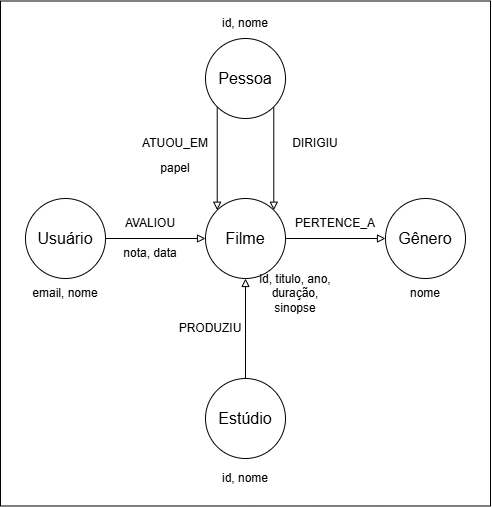
Earlier version of the draw.io export imagens/grafo_STREAMING.png (rockwitche/bd2_Neo4j). Source tidied: cells renumbered, new cells last; positions are measured from the earlier drawing's top-left corner, leaving out a move shared by most shapes. Its diagram source:
```xml
<mxGraphModel>
  <root>
    <mxCell id="0" />
    <mxCell id="1" parent="0" />
    <mxCell id="2" style="rounded=0;whiteSpace=wrap;html=1;" parent="1" vertex="1">
      <mxGeometry y="0.5" width="490" height="505" as="geometry" />
    </mxCell>
    <mxCell id="3" style="edgeStyle=orthogonalEdgeStyle;rounded=0;jettySize=auto;html=1;exitX=0;exitY=1;exitDx=0;exitDy=0;entryX=0;entryY=0;entryDx=0;entryDy=0;defaultLabelBackgroundColor=page;endArrow=block;endFill=0;" parent="1" edge="1" source="5" target="10">
      <mxGeometry relative="1" as="geometry" />
    </mxCell>
    <mxCell id="4" style="edgeStyle=orthogonalEdgeStyle;rounded=0;jettySize=auto;html=1;exitX=1;exitY=1;exitDx=0;exitDy=0;entryX=1;entryY=0;entryDx=0;entryDy=0;defaultLabelBackgroundColor=page;endArrow=block;endFill=0;" parent="1" edge="1" source="5" target="10">
      <mxGeometry relative="1" as="geometry" />
    </mxCell>
    <mxCell id="5" style="ellipse;whiteSpace=wrap;html=1;shapeInside=1;" parent="1" vertex="1">
      <mxGeometry x="205" y="38" width="80" height="80" as="geometry" />
    </mxCell>
    <mxCell id="6" value="&lt;font style=&quot;font-size: 16px;&quot;&gt;Pessoa&lt;/font&gt;" style="text;html=1;whiteSpace=wrap;strokeColor=none;fillColor=none;align=center;verticalAlign=middle;rounded=0;" parent="1" vertex="1">
      <mxGeometry x="215" y="63" width="60" height="30" as="geometry" />
    </mxCell>
    <mxCell id="7" style="ellipse;whiteSpace=wrap;html=1;shapeInside=1;" parent="1" vertex="1">
      <mxGeometry x="385" y="198" width="80" height="80" as="geometry" />
    </mxCell>
    <mxCell id="8" value="&lt;font style=&quot;font-size: 16px;&quot;&gt;Gênero&lt;/font&gt;" style="text;html=1;whiteSpace=wrap;strokeColor=none;fillColor=none;align=center;verticalAlign=middle;rounded=0;" parent="1" vertex="1">
      <mxGeometry x="395" y="223" width="60" height="30" as="geometry" />
    </mxCell>
    <mxCell id="9" style="edgeStyle=orthogonalEdgeStyle;rounded=0;jettySize=auto;html=1;exitX=1;exitY=0.5;exitDx=0;exitDy=0;entryX=0;entryY=0.5;entryDx=0;entryDy=0;defaultLabelBackgroundColor=page;endArrow=block;endFill=0;" parent="1" edge="1" source="10" target="7">
      <mxGeometry relative="1" as="geometry" />
    </mxCell>
    <mxCell id="10" style="ellipse;whiteSpace=wrap;html=1;shapeInside=1;" parent="1" vertex="1">
      <mxGeometry x="205" y="198" width="80" height="80" as="geometry" />
    </mxCell>
    <mxCell id="11" value="&lt;font style=&quot;font-size: 16px;&quot;&gt;Filme&lt;/font&gt;" style="text;html=1;whiteSpace=wrap;strokeColor=none;fillColor=none;align=center;verticalAlign=middle;rounded=0;" parent="1" vertex="1">
      <mxGeometry x="215" y="223" width="60" height="30" as="geometry" />
    </mxCell>
    <mxCell id="12" style="edgeStyle=orthogonalEdgeStyle;rounded=0;jettySize=auto;html=1;exitX=1;exitY=0.5;exitDx=0;exitDy=0;entryX=0;entryY=0.5;entryDx=0;entryDy=0;defaultLabelBackgroundColor=page;endArrow=block;endFill=0;" parent="1" edge="1" source="13" target="10">
      <mxGeometry relative="1" as="geometry" />
    </mxCell>
    <mxCell id="13" style="ellipse;whiteSpace=wrap;html=1;shapeInside=1;" parent="1" vertex="1">
      <mxGeometry x="25" y="198" width="80" height="80" as="geometry" />
    </mxCell>
    <mxCell id="14" value="&lt;font style=&quot;font-size: 16px;&quot;&gt;Usuário&lt;/font&gt;" style="text;html=1;whiteSpace=wrap;strokeColor=none;fillColor=none;align=center;verticalAlign=middle;rounded=0;" parent="1" vertex="1">
      <mxGeometry x="35" y="223" width="60" height="30" as="geometry" />
    </mxCell>
    <mxCell id="15" value="AVALIOU" style="text;html=1;whiteSpace=wrap;strokeColor=none;fillColor=none;align=center;verticalAlign=middle;rounded=0;" parent="1" vertex="1">
      <mxGeometry x="120" y="208" width="60" height="30" as="geometry" />
    </mxCell>
    <mxCell id="16" value="PERTENCE_A" style="text;html=1;whiteSpace=wrap;strokeColor=none;fillColor=none;align=center;verticalAlign=middle;rounded=0;" parent="1" vertex="1">
      <mxGeometry x="305" y="208" width="60" height="30" as="geometry" />
    </mxCell>
    <mxCell id="17" value="ATUOU_EM" style="text;html=1;whiteSpace=wrap;strokeColor=none;fillColor=none;align=center;verticalAlign=middle;rounded=0;" parent="1" vertex="1">
      <mxGeometry x="145" y="128" width="60" height="30" as="geometry" />
    </mxCell>
    <mxCell id="18" value="DIRIGIU" style="text;html=1;whiteSpace=wrap;strokeColor=none;fillColor=none;align=center;verticalAlign=middle;rounded=0;" parent="1" vertex="1">
      <mxGeometry x="285" y="133" width="60" height="20" as="geometry" />
    </mxCell>
    <mxCell id="19" value="nota, data" style="text;html=1;whiteSpace=wrap;strokeColor=none;fillColor=none;align=center;verticalAlign=middle;rounded=0;" parent="1" vertex="1">
      <mxGeometry x="120" y="238" width="60" height="30" as="geometry" />
    </mxCell>
    <mxCell id="20" value="email, nome" style="text;html=1;whiteSpace=wrap;strokeColor=none;fillColor=none;align=center;verticalAlign=middle;rounded=0;" parent="1" vertex="1">
      <mxGeometry x="30" y="278" width="70" height="30" as="geometry" />
    </mxCell>
    <mxCell id="21" value="id, titulo, ano, duração, sinopse" style="text;html=1;whiteSpace=wrap;strokeColor=none;fillColor=none;align=center;verticalAlign=middle;rounded=0;" parent="1" vertex="1">
      <mxGeometry x="255" y="278" width="80" height="30" as="geometry" />
    </mxCell>
    <mxCell id="22" value="nome" style="text;html=1;whiteSpace=wrap;strokeColor=none;fillColor=none;align=center;verticalAlign=middle;rounded=0;" parent="1" vertex="1">
      <mxGeometry x="385" y="278" width="80" height="30" as="geometry" />
    </mxCell>
    <mxCell id="23" value="id, nome" style="text;html=1;whiteSpace=wrap;strokeColor=none;fillColor=none;align=center;verticalAlign=middle;rounded=0;" parent="1" vertex="1">
      <mxGeometry x="205" y="8" width="80" height="30" as="geometry" />
    </mxCell>
    <mxCell id="24" value="papel" style="text;html=1;whiteSpace=wrap;strokeColor=none;fillColor=none;align=center;verticalAlign=middle;rounded=0;" parent="1" vertex="1">
      <mxGeometry x="145" y="153" width="60" height="30" as="geometry" />
    </mxCell>
    <mxCell id="25" style="edgeStyle=orthogonalEdgeStyle;rounded=0;jettySize=auto;html=1;exitX=0.5;exitY=0;exitDx=0;exitDy=0;entryX=0.5;entryY=1;entryDx=0;entryDy=0;defaultLabelBackgroundColor=page;endArrow=block;endFill=0;" parent="1" edge="1" source="26" target="10">
      <mxGeometry relative="1" as="geometry" />
    </mxCell>
    <mxCell id="26" style="ellipse;whiteSpace=wrap;html=1;shapeInside=1;" parent="1" vertex="1">
      <mxGeometry x="205" y="378" width="80" height="80" as="geometry" />
    </mxCell>
    <mxCell id="27" value="&lt;font style=&quot;font-size: 16px;&quot;&gt;Estúdio&lt;/font&gt;" style="text;html=1;whiteSpace=wrap;strokeColor=none;fillColor=none;align=center;verticalAlign=middle;rounded=0;" parent="1" vertex="1">
      <mxGeometry x="215" y="403" width="60" height="30" as="geometry" />
    </mxCell>
    <mxCell id="28" value="PRODUZIU" style="text;html=1;whiteSpace=wrap;strokeColor=none;fillColor=none;align=center;verticalAlign=middle;rounded=0;" parent="1" vertex="1">
      <mxGeometry x="180" y="318" width="60" height="20" as="geometry" />
    </mxCell>
    <mxCell id="29" value="id, nome" style="text;html=1;whiteSpace=wrap;strokeColor=none;fillColor=none;align=center;verticalAlign=middle;rounded=0;" parent="1" vertex="1">
      <mxGeometry x="215" y="468" width="60" height="20" as="geometry" />
    </mxCell>
  </root>
</mxGraphModel>
```
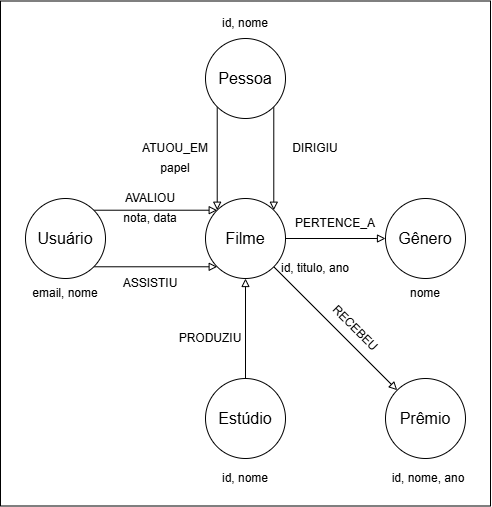
The same file after the commit.

Commit message:
grafo atualizado

Change to the diagram source:
```diff
@@ -26,15 +26,21 @@
     <mxCell id="9" style="edgeStyle=orthogonalEdgeStyle;rounded=0;jettySize=auto;html=1;exitX=1;exitY=0.5;exitDx=0;exitDy=0;entryX=0;entryY=0.5;entryDx=0;entryDy=0;defaultLabelBackgroundColor=page;endArrow=block;endFill=0;" parent="1" edge="1" source="10" target="7">
       <mxGeometry relative="1" as="geometry" />
     </mxCell>
+    <mxCell id="30" style="rounded=0;jettySize=auto;html=1;exitX=1;exitY=1;exitDx=0;exitDy=0;entryX=0;entryY=0;entryDx=0;entryDy=0;defaultLabelBackgroundColor=page;endArrow=block;endFill=0;" parent="1" edge="1" source="10" target="33">
+      <mxGeometry relative="1" as="geometry" />
+    </mxCell>
     <mxCell id="10" style="ellipse;whiteSpace=wrap;html=1;shapeInside=1;" parent="1" vertex="1">
       <mxGeometry x="205" y="198" width="80" height="80" as="geometry" />
     </mxCell>
     <mxCell id="11" value="&lt;font style=&quot;font-size: 16px;&quot;&gt;Filme&lt;/font&gt;" style="text;html=1;whiteSpace=wrap;strokeColor=none;fillColor=none;align=center;verticalAlign=middle;rounded=0;" parent="1" vertex="1">
       <mxGeometry x="215" y="223" width="60" height="30" as="geometry" />
     </mxCell>
-    <mxCell id="12" style="edgeStyle=orthogonalEdgeStyle;rounded=0;jettySize=auto;html=1;exitX=1;exitY=0.5;exitDx=0;exitDy=0;entryX=0;entryY=0.5;entryDx=0;entryDy=0;defaultLabelBackgroundColor=page;endArrow=block;endFill=0;" parent="1" edge="1" source="13" target="10">
-      <mxGeometry relative="1" as="geometry" />
+    <mxCell id="12" style="edgeStyle=orthogonalEdgeStyle;rounded=0;jettySize=auto;html=1;exitX=1;exitY=0;exitDx=0;exitDy=0;entryX=0;entryY=0;entryDx=0;entryDy=0;defaultLabelBackgroundColor=page;endArrow=block;endFill=0;" parent="1" edge="1" source="13" target="10">
+      <mxGeometry x="0.29" relative="1" as="geometry" />
     </mxCell>
+    <mxCell id="31" style="edgeStyle=orthogonalEdgeStyle;rounded=0;jettySize=auto;html=1;exitX=1;exitY=1;exitDx=0;exitDy=0;entryX=0;entryY=1;entryDx=0;entryDy=0;defaultLabelBackgroundColor=page;endArrow=block;endFill=0;" parent="1" edge="1" source="13" target="10">
+      <mxGeometry relative="1" as="geometry" />
+    </mxCell>
     <mxCell id="13" style="ellipse;whiteSpace=wrap;html=1;shapeInside=1;" parent="1" vertex="1">
       <mxGeometry x="25" y="198" width="80" height="80" as="geometry" />
     </mxCell>
@@ -42,25 +48,25 @@
       <mxGeometry x="35" y="223" width="60" height="30" as="geometry" />
     </mxCell>
     <mxCell id="15" value="AVALIOU" style="text;html=1;whiteSpace=wrap;strokeColor=none;fillColor=none;align=center;verticalAlign=middle;rounded=0;" parent="1" vertex="1">
-      <mxGeometry x="120" y="208" width="60" height="30" as="geometry" />
+      <mxGeometry x="120" y="183" width="60" height="30" as="geometry" />
     </mxCell>
     <mxCell id="16" value="PERTENCE_A" style="text;html=1;whiteSpace=wrap;strokeColor=none;fillColor=none;align=center;verticalAlign=middle;rounded=0;" parent="1" vertex="1">
       <mxGeometry x="305" y="208" width="60" height="30" as="geometry" />
     </mxCell>
     <mxCell id="17" value="ATUOU_EM" style="text;html=1;whiteSpace=wrap;strokeColor=none;fillColor=none;align=center;verticalAlign=middle;rounded=0;" parent="1" vertex="1">
-      <mxGeometry x="145" y="128" width="60" height="30" as="geometry" />
+      <mxGeometry x="145" y="133" width="60" height="30" as="geometry" />
     </mxCell>
     <mxCell id="18" value="DIRIGIU" style="text;html=1;whiteSpace=wrap;strokeColor=none;fillColor=none;align=center;verticalAlign=middle;rounded=0;" parent="1" vertex="1">
-      <mxGeometry x="285" y="133" width="60" height="20" as="geometry" />
+      <mxGeometry x="285" y="138" width="60" height="20" as="geometry" />
     </mxCell>
     <mxCell id="19" value="nota, data" style="text;html=1;whiteSpace=wrap;strokeColor=none;fillColor=none;align=center;verticalAlign=middle;rounded=0;" parent="1" vertex="1">
-      <mxGeometry x="120" y="238" width="60" height="30" as="geometry" />
+      <mxGeometry x="120" y="208" width="60" height="20" as="geometry" />
     </mxCell>
     <mxCell id="20" value="email, nome" style="text;html=1;whiteSpace=wrap;strokeColor=none;fillColor=none;align=center;verticalAlign=middle;rounded=0;" parent="1" vertex="1">
       <mxGeometry x="30" y="278" width="70" height="30" as="geometry" />
     </mxCell>
-    <mxCell id="21" value="id, titulo, ano, duração, sinopse" style="text;html=1;whiteSpace=wrap;strokeColor=none;fillColor=none;align=center;verticalAlign=middle;rounded=0;" parent="1" vertex="1">
-      <mxGeometry x="255" y="278" width="80" height="30" as="geometry" />
+    <mxCell id="21" value="id, titulo, ano" style="text;html=1;whiteSpace=wrap;strokeColor=none;fillColor=none;align=center;verticalAlign=middle;rounded=0;" parent="1" vertex="1">
+      <mxGeometry x="275" y="253" width="80" height="30" as="geometry" />
     </mxCell>
     <mxCell id="22" value="nome" style="text;html=1;whiteSpace=wrap;strokeColor=none;fillColor=none;align=center;verticalAlign=middle;rounded=0;" parent="1" vertex="1">
       <mxGeometry x="385" y="278" width="80" height="30" as="geometry" />
@@ -81,10 +87,25 @@
       <mxGeometry x="215" y="403" width="60" height="30" as="geometry" />
     </mxCell>
     <mxCell id="28" value="PRODUZIU" style="text;html=1;whiteSpace=wrap;strokeColor=none;fillColor=none;align=center;verticalAlign=middle;rounded=0;" parent="1" vertex="1">
-      <mxGeometry x="180" y="318" width="60" height="20" as="geometry" />
+      <mxGeometry x="180" y="328" width="60" height="20" as="geometry" />
     </mxCell>
     <mxCell id="29" value="id, nome" style="text;html=1;whiteSpace=wrap;strokeColor=none;fillColor=none;align=center;verticalAlign=middle;rounded=0;" parent="1" vertex="1">
       <mxGeometry x="215" y="468" width="60" height="20" as="geometry" />
     </mxCell>
+    <mxCell id="32" value="ASSISTIU" style="text;html=1;whiteSpace=wrap;strokeColor=none;fillColor=none;align=center;verticalAlign=middle;rounded=0;" parent="1" vertex="1">
+      <mxGeometry x="120" y="268" width="60" height="30" as="geometry" />
+    </mxCell>
+    <mxCell id="33" style="ellipse;whiteSpace=wrap;html=1;shapeInside=1;" parent="1" vertex="1">
+      <mxGeometry x="385" y="378" width="80" height="80" as="geometry" />
+    </mxCell>
+    <mxCell id="34" value="&lt;font style=&quot;font-size: 16px;&quot;&gt;Prêmio&lt;/font&gt;" style="text;html=1;whiteSpace=wrap;strokeColor=none;fillColor=none;align=center;verticalAlign=middle;rounded=0;" parent="1" vertex="1">
+      <mxGeometry x="395" y="403" width="60" height="30" as="geometry" />
+    </mxCell>
+    <mxCell id="35" value="id, nome, ano" style="text;html=1;whiteSpace=wrap;strokeColor=none;fillColor=none;align=center;verticalAlign=middle;rounded=0;" parent="1" vertex="1">
+      <mxGeometry x="388" y="463" width="80" height="30" as="geometry" />
+    </mxCell>
+    <mxCell id="36" value="RECEBEU" style="text;html=1;whiteSpace=wrap;strokeColor=none;fillColor=none;align=center;verticalAlign=middle;rounded=0;rotation=45;" parent="1" vertex="1">
+      <mxGeometry x="325" y="318" width="60" height="20" as="geometry" />
+    </mxCell>
   </root>
 </mxGraphModel>
```
